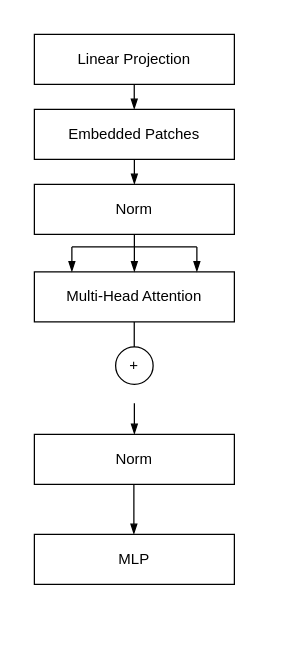
The draw.io diagram Untitled Diagram.drawio in ysl2/drawio, before the edit. Source tidied: cells renumbered, new cells numbered last; positions are measured from the earlier drawing's top-left corner, leaving out a move shared by most shapes. Both pictures are drawn from the tidied source at 125%, with x=0, y=0 at pixel (34, 34).
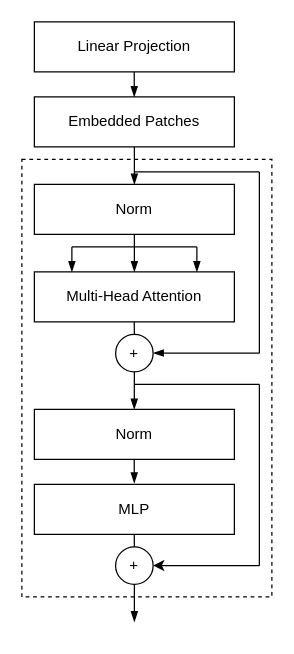
The same diagram, later.

The edit, as a diff of the source:
```diff
@@
     <mxCell id="2" value="Linear Projection" style="rounded=0;whiteSpace=wrap;html=1;" parent="1" vertex="1">
-      <mxGeometry width="160" height="40" as="geometry" />
+      <mxGeometry y="-10" width="160" height="40" as="geometry" />
     </mxCell>
     <mxCell id="3" value="Embedded Patches" style="rounded=0;whiteSpace=wrap;html=1;" parent="1" vertex="1">
-      <mxGeometry y="60" width="160" height="40" as="geometry" />
+      <mxGeometry y="50" width="160" height="40" as="geometry" />
     </mxCell>
@@
     <mxCell id="6" value="Norm" style="rounded=0;whiteSpace=wrap;html=1;" parent="1" vertex="1">
-      <mxGeometry y="320" width="160" height="40" as="geometry" />
+      <mxGeometry y="300" width="160" height="40" as="geometry" />
     </mxCell>
     <mxCell id="7" value="MLP" style="rounded=0;whiteSpace=wrap;html=1;" parent="1" vertex="1">
-      <mxGeometry y="400" width="160" height="40" as="geometry" />
+      <mxGeometry y="360" width="160" height="40" as="geometry" />
     </mxCell>
-    <mxCell id="8" style="endArrow=blockThin;html=1;rounded=0;entryX=0.5;entryY=0;entryDx=0;entryDy=0;endFill=1;" parent="1" edge="1">
-      <mxGeometry relative="1" as="geometry">
-        <mxPoint x="79.6" y="360" as="sourcePoint" />
-        <mxPoint x="79.6" y="400" as="targetPoint" />
-      </mxGeometry>
-    </mxCell>
     <mxCell id="9" value="+" style="ellipse;whiteSpace=wrap;html=1;" parent="1" vertex="1">
-      <mxGeometry x="65" y="250" width="30" height="30" as="geometry" />
+      <mxGeometry x="65" y="240" width="30" height="30" as="geometry" />
     </mxCell>
     <mxCell id="10" style="endArrow=none;html=1;rounded=0;" parent="1" edge="1">
       <mxGeometry relative="1" as="geometry">
         <mxPoint x="79.9" y="230" as="sourcePoint" />
-        <mxPoint x="79.9" y="250" as="targetPoint" />
+        <mxPoint x="80" y="240" as="targetPoint" />
         <Array as="points">
           <mxPoint x="79.9" y="230" />
         </Array>
       </mxGeometry>
     </mxCell>
-    <mxCell id="11" style="endArrow=blockThin;html=1;rounded=0;entryX=0.5;entryY=0;entryDx=0;entryDy=0;endFill=1;" parent="1" edge="1">
-      <mxGeometry relative="1" as="geometry">
-        <mxPoint x="80" y="295" as="sourcePoint" />
-        <mxPoint x="80" y="320" as="targetPoint" />
-      </mxGeometry>
-    </mxCell>
-    <mxCell id="12" style="endArrow=blockThin;html=1;rounded=0;endFill=1;" parent="1" edge="1">
+    <mxCell id="12" style="endArrow=blockThin;html=1;rounded=0;endFill=1;exitX=0.5;exitY=1;exitDx=0;exitDy=0;" parent="1" edge="1" source="3">
       <mxGeometry relative="1" as="geometry">
-        <mxPoint x="80" y="100" as="sourcePoint" />
         <mxPoint x="80" y="120" as="targetPoint" />
       </mxGeometry>
     </mxCell>
     <mxCell id="13" style="endArrow=blockThin;html=1;rounded=0;endFill=1;" parent="1" edge="1">
       <mxGeometry relative="1" as="geometry">
-        <mxPoint x="79.9" y="40" as="sourcePoint" />
-        <mxPoint x="79.9" y="60" as="targetPoint" />
+        <mxPoint x="79.9" y="30" as="sourcePoint" />
+        <mxPoint x="79.9" y="50" as="targetPoint" />
       </mxGeometry>
     </mxCell>
@@
+    <mxCell id="18" style="endArrow=blockThin;html=1;rounded=0;entryX=0.5;entryY=0;entryDx=0;entryDy=0;endFill=1;" parent="1" edge="1">
+      <mxGeometry relative="1" as="geometry">
+        <mxPoint x="79.9" y="340" as="sourcePoint" />
+        <mxPoint x="79.9" y="359" as="targetPoint" />
+      </mxGeometry>
+    </mxCell>
+    <mxCell id="19" style="endArrow=blockThin;html=1;rounded=0;endFill=1;" parent="1" edge="1">
+      <mxGeometry relative="1" as="geometry">
+        <mxPoint x="80" y="270" as="sourcePoint" />
+        <mxPoint x="79.9" y="300" as="targetPoint" />
+      </mxGeometry>
+    </mxCell>
+    <mxCell id="20" style="endArrow=blockThin;html=1;rounded=0;endFill=1;" parent="1" edge="1">
+      <mxGeometry relative="1" as="geometry">
+        <mxPoint x="180" y="255" as="sourcePoint" />
+        <mxPoint x="95" y="254.9" as="targetPoint" />
+      </mxGeometry>
+    </mxCell>
+    <mxCell id="21" style="endArrow=none;html=1;rounded=0;" parent="1" edge="1">
+      <mxGeometry relative="1" as="geometry">
+        <mxPoint x="80" y="110" as="sourcePoint" />
+        <mxPoint x="180" y="110" as="targetPoint" />
+      </mxGeometry>
+    </mxCell>
+    <mxCell id="22" style="endArrow=none;html=1;rounded=0;" parent="1" edge="1">
+      <mxGeometry relative="1" as="geometry">
+        <mxPoint x="180" y="255" as="sourcePoint" />
+        <mxPoint x="180" y="110" as="targetPoint" />
+      </mxGeometry>
+    </mxCell>
+    <mxCell id="23" style="endArrow=none;html=1;rounded=0;" parent="1" edge="1">
+      <mxGeometry relative="1" as="geometry">
+        <mxPoint x="80" y="280" as="sourcePoint" />
+        <mxPoint x="180" y="280" as="targetPoint" />
+      </mxGeometry>
+    </mxCell>
+    <mxCell id="24" style="endArrow=none;html=1;rounded=0;" parent="1" edge="1">
+      <mxGeometry relative="1" as="geometry">
+        <mxPoint x="180" y="425" as="sourcePoint" />
+        <mxPoint x="180" y="280" as="targetPoint" />
+      </mxGeometry>
+    </mxCell>
+    <mxCell id="25" value="+" style="ellipse;whiteSpace=wrap;html=1;" parent="1" vertex="1">
+      <mxGeometry x="65" y="410" width="30" height="30" as="geometry" />
+    </mxCell>
+    <mxCell id="26" style="endArrow=classic;html=1;rounded=0;" parent="1" edge="1">
+      <mxGeometry relative="1" as="geometry">
+        <mxPoint x="180" y="425" as="sourcePoint" />
+        <mxPoint x="95" y="424.9" as="targetPoint" />
+      </mxGeometry>
+    </mxCell>
+    <mxCell id="27" style="endArrow=none;html=1;rounded=0;" parent="1" edge="1">
+      <mxGeometry relative="1" as="geometry">
+        <mxPoint x="79.9" y="400" as="sourcePoint" />
+        <mxPoint x="80" y="410" as="targetPoint" />
+        <Array as="points">
+          <mxPoint x="79.9" y="400" />
+        </Array>
+      </mxGeometry>
+    </mxCell>
+    <mxCell id="28" style="endArrow=blockThin;html=1;rounded=0;endFill=1;exitX=0.5;exitY=1;exitDx=0;exitDy=0;" parent="1" edge="1">
+      <mxGeometry relative="1" as="geometry">
+        <mxPoint x="80" y="440" as="sourcePoint" />
+        <mxPoint x="80" y="470" as="targetPoint" />
+      </mxGeometry>
+    </mxCell>
+    <mxCell id="29" style="verticalLabelPosition=bottom;verticalAlign=top;html=1;shape=mxgraph.basic.rect;fillColor2=none;strokeWidth=1;size=20;indent=5;dashed=1;fillColor=none;" parent="1" vertex="1">
+      <mxGeometry x="-10" y="100" width="200" height="350" as="geometry" />
+    </mxCell>
```
